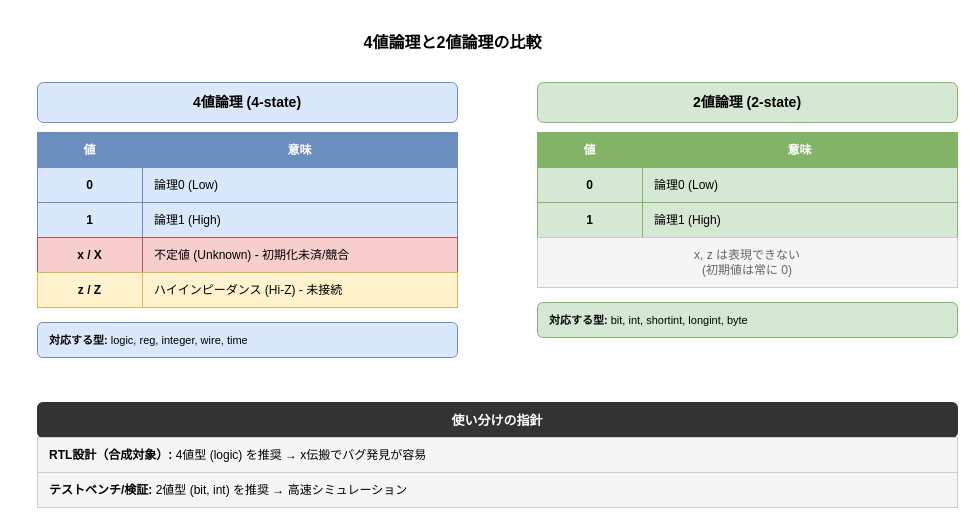
Before: images/systemverilog-guidebook/ch03_4state_vs_2state.drawio in aquaxis/webdoc, a draw.io diagram. Source tidied: cells renumbered, new cells numbered last; positions are measured from the earlier drawing's top-left corner, leaving out a move shared by most shapes. Both pictures are drawn from the tidied source at 100%, with x=0, y=0 at pixel (37, 22).
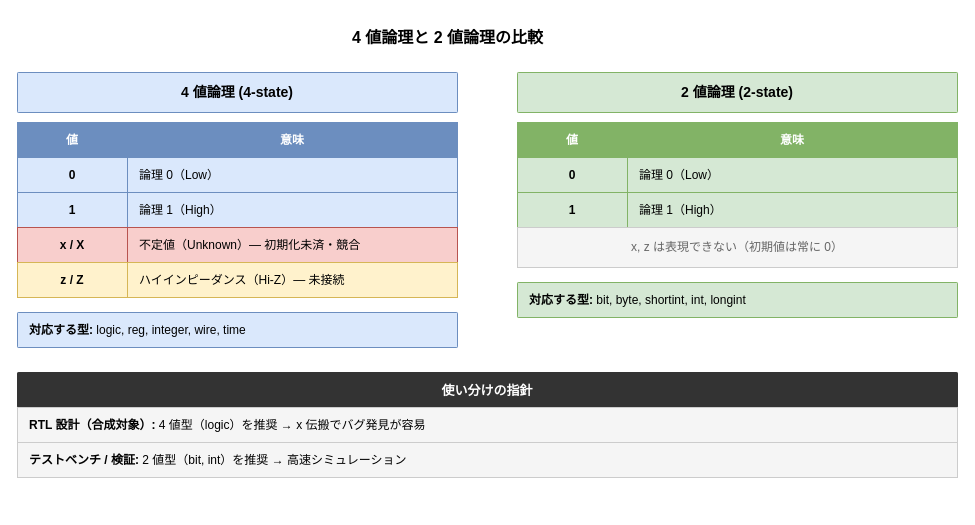
The same diagram, later.

The edit, as a diff of the source:
```diff
@@
-    <mxCell id="2" value="&lt;b&gt;4値論理と2値論理の比較&lt;/b&gt;" style="text;html=1;align=center;verticalAlign=middle;strokeColor=none;fillColor=none;fontSize=16;" parent="1" vertex="1">
-      <mxGeometry x="290" width="250" height="40" as="geometry" />
+    <mxCell id="2" value="&lt;b&gt;4 値論理と 2 値論理の比較&lt;/b&gt;" style="text;html=1;align=center;verticalAlign=middle;strokeColor=none;fillColor=none;fontSize=16;" parent="1" vertex="1">
+      <mxGeometry x="270" y="-5" width="280" height="40" as="geometry" />
     </mxCell>
-    <mxCell id="3" value="&lt;b&gt;4値論理 (4-state)&lt;/b&gt;" style="rounded=1;whiteSpace=wrap;html=1;fillColor=#dae8fc;strokeColor=#6c8ebf;fontSize=14;" parent="1" vertex="1">
-      <mxGeometry y="60" width="420" height="40" as="geometry" />
+    <mxCell id="3" value="&lt;b&gt;4 値論理 (4-state)&lt;/b&gt;" style="rounded=1;arcSize=2;whiteSpace=wrap;html=1;fillColor=#dae8fc;strokeColor=#6c8ebf;fontSize=14;" parent="1" vertex="1">
+      <mxGeometry x="-20" y="50" width="440" height="40" as="geometry" />
     </mxCell>
     <mxCell id="4" value="&lt;b&gt;値&lt;/b&gt;" style="rounded=0;whiteSpace=wrap;html=1;fillColor=#6c8ebf;strokeColor=#6c8ebf;fontColor=#ffffff;fontSize=12;" parent="1" vertex="1">
-      <mxGeometry y="110" width="105" height="35" as="geometry" />
+      <mxGeometry x="-20" y="100" width="110" height="35" as="geometry" />
     </mxCell>
     <mxCell id="5" value="&lt;b&gt;意味&lt;/b&gt;" style="rounded=0;whiteSpace=wrap;html=1;fillColor=#6c8ebf;strokeColor=#6c8ebf;fontColor=#ffffff;fontSize=12;" parent="1" vertex="1">
-      <mxGeometry x="105" y="110" width="315" height="35" as="geometry" />
+      <mxGeometry x="90" y="100" width="330" height="35" as="geometry" />
     </mxCell>
     <mxCell id="6" value="&lt;b&gt;0&lt;/b&gt;" style="rounded=0;whiteSpace=wrap;html=1;fillColor=#dae8fc;strokeColor=#6c8ebf;fontSize=12;" parent="1" vertex="1">
-      <mxGeometry y="145" width="105" height="35" as="geometry" />
+      <mxGeometry x="-20" y="135" width="110" height="35" as="geometry" />
     </mxCell>
-    <mxCell id="7" value="論理0 (Low)" style="rounded=0;whiteSpace=wrap;html=1;fillColor=#dae8fc;strokeColor=#6c8ebf;fontSize=12;align=left;spacingLeft=10;" parent="1" vertex="1">
-      <mxGeometry x="105" y="145" width="315" height="35" as="geometry" />
+    <mxCell id="7" value="論理 0（Low）" style="rounded=0;whiteSpace=wrap;html=1;fillColor=#dae8fc;strokeColor=#6c8ebf;fontSize=12;align=left;spacingLeft=10;" parent="1" vertex="1">
+      <mxGeometry x="90" y="135" width="330" height="35" as="geometry" />
     </mxCell>
     <mxCell id="8" value="&lt;b&gt;1&lt;/b&gt;" style="rounded=0;whiteSpace=wrap;html=1;fillColor=#dae8fc;strokeColor=#6c8ebf;fontSize=12;" parent="1" vertex="1">
-      <mxGeometry y="180" width="105" height="35" as="geometry" />
+      <mxGeometry x="-20" y="170" width="110" height="35" as="geometry" />
     </mxCell>
-    <mxCell id="9" value="論理1 (High)" style="rounded=0;whiteSpace=wrap;html=1;fillColor=#dae8fc;strokeColor=#6c8ebf;fontSize=12;align=left;spacingLeft=10;" parent="1" vertex="1">
-      <mxGeometry x="105" y="180" width="315" height="35" as="geometry" />
+    <mxCell id="9" value="論理 1（High）" style="rounded=0;whiteSpace=wrap;html=1;fillColor=#dae8fc;strokeColor=#6c8ebf;fontSize=12;align=left;spacingLeft=10;" parent="1" vertex="1">
+      <mxGeometry x="90" y="170" width="330" height="35" as="geometry" />
     </mxCell>
     <mxCell id="10" value="&lt;b&gt;x / X&lt;/b&gt;" style="rounded=0;whiteSpace=wrap;html=1;fillColor=#f8cecc;strokeColor=#b85450;fontSize=12;" parent="1" vertex="1">
-      <mxGeometry y="215" width="105" height="35" as="geometry" />
+      <mxGeometry x="-20" y="205" width="110" height="35" as="geometry" />
     </mxCell>
-    <mxCell id="11" value="不定値 (Unknown) - 初期化未済/競合" style="rounded=0;whiteSpace=wrap;html=1;fillColor=#f8cecc;strokeColor=#b85450;fontSize=12;align=left;spacingLeft=10;" parent="1" vertex="1">
-      <mxGeometry x="105" y="215" width="315" height="35" as="geometry" />
+    <mxCell id="11" value="不定値（Unknown）— 初期化未済・競合" style="rounded=0;whiteSpace=wrap;html=1;fillColor=#f8cecc;strokeColor=#b85450;fontSize=12;align=left;spacingLeft=10;" parent="1" vertex="1">
+      <mxGeometry x="90" y="205" width="330" height="35" as="geometry" />
     </mxCell>
     <mxCell id="12" value="&lt;b&gt;z / Z&lt;/b&gt;" style="rounded=0;whiteSpace=wrap;html=1;fillColor=#fff2cc;strokeColor=#d6b656;fontSize=12;" parent="1" vertex="1">
-      <mxGeometry y="250" width="105" height="35" as="geometry" />
+      <mxGeometry x="-20" y="240" width="110" height="35" as="geometry" />
     </mxCell>
-    <mxCell id="13" value="ハイインピーダンス (Hi-Z) - 未接続" style="rounded=0;whiteSpace=wrap;html=1;fillColor=#fff2cc;strokeColor=#d6b656;fontSize=12;align=left;spacingLeft=10;" parent="1" vertex="1">
-      <mxGeometry x="105" y="250" width="315" height="35" as="geometry" />
+    <mxCell id="13" value="ハイインピーダンス（Hi-Z）— 未接続" style="rounded=0;whiteSpace=wrap;html=1;fillColor=#fff2cc;strokeColor=#d6b656;fontSize=12;align=left;spacingLeft=10;" parent="1" vertex="1">
+      <mxGeometry x="90" y="240" width="330" height="35" as="geometry" />
     </mxCell>
-    <mxCell id="14" value="&lt;b&gt;対応する型:&lt;/b&gt; logic, reg, integer, wire, time" style="rounded=1;whiteSpace=wrap;html=1;fillColor=#dae8fc;strokeColor=#6c8ebf;fontSize=11;align=left;spacingLeft=10;" parent="1" vertex="1">
-      <mxGeometry y="300" width="420" height="35" as="geometry" />
+    <mxCell id="14" value="&lt;b&gt;対応する型:&lt;/b&gt; logic, reg, integer, wire, time" style="rounded=1;arcSize=2;whiteSpace=wrap;html=1;fillColor=#dae8fc;strokeColor=#6c8ebf;fontSize=12;align=left;spacingLeft=10;" parent="1" vertex="1">
+      <mxGeometry x="-20" y="290" width="440" height="35" as="geometry" />
     </mxCell>
-    <mxCell id="15" value="&lt;b&gt;2値論理 (2-state)&lt;/b&gt;" style="rounded=1;whiteSpace=wrap;html=1;fillColor=#d5e8d4;strokeColor=#82b366;fontSize=14;" parent="1" vertex="1">
-      <mxGeometry x="500" y="60" width="420" height="40" as="geometry" />
+    <mxCell id="15" value="&lt;b&gt;2 値論理 (2-state)&lt;/b&gt;" style="rounded=1;arcSize=2;whiteSpace=wrap;html=1;fillColor=#d5e8d4;strokeColor=#82b366;fontSize=14;" parent="1" vertex="1">
+      <mxGeometry x="480" y="50" width="440" height="40" as="geometry" />
     </mxCell>
     <mxCell id="16" value="&lt;b&gt;値&lt;/b&gt;" style="rounded=0;whiteSpace=wrap;html=1;fillColor=#82b366;strokeColor=#82b366;fontColor=#ffffff;fontSize=12;" parent="1" vertex="1">
-      <mxGeometry x="500" y="110" width="105" height="35" as="geometry" />
+      <mxGeometry x="480" y="100" width="110" height="35" as="geometry" />
     </mxCell>
     <mxCell id="17" value="&lt;b&gt;意味&lt;/b&gt;" style="rounded=0;whiteSpace=wrap;html=1;fillColor=#82b366;strokeColor=#82b366;fontColor=#ffffff;fontSize=12;" parent="1" vertex="1">
-      <mxGeometry x="605" y="110" width="315" height="35" as="geometry" />
+      <mxGeometry x="590" y="100" width="330" height="35" as="geometry" />
     </mxCell>
     <mxCell id="18" value="&lt;b&gt;0&lt;/b&gt;" style="rounded=0;whiteSpace=wrap;html=1;fillColor=#d5e8d4;strokeColor=#82b366;fontSize=12;" parent="1" vertex="1">
-      <mxGeometry x="500" y="145" width="105" height="35" as="geometry" />
+      <mxGeometry x="480" y="135" width="110" height="35" as="geometry" />
     </mxCell>
-    <mxCell id="19" value="論理0 (Low)" style="rounded=0;whiteSpace=wrap;html=1;fillColor=#d5e8d4;strokeColor=#82b366;fontSize=12;align=left;spacingLeft=10;" parent="1" vertex="1">
-      <mxGeometry x="605" y="145" width="315" height="35" as="geometry" />
+    <mxCell id="19" value="論理 0（Low）" style="rounded=0;whiteSpace=wrap;html=1;fillColor=#d5e8d4;strokeColor=#82b366;fontSize=12;align=left;spacingLeft=10;" parent="1" vertex="1">
+      <mxGeometry x="590" y="135" width="330" height="35" as="geometry" />
     </mxCell>
     <mxCell id="20" value="&lt;b&gt;1&lt;/b&gt;" style="rounded=0;whiteSpace=wrap;html=1;fillColor=#d5e8d4;strokeColor=#82b366;fontSize=12;" parent="1" vertex="1">
-      <mxGeometry x="500" y="180" width="105" height="35" as="geometry" />
+      <mxGeometry x="480" y="170" width="110" height="35" as="geometry" />
     </mxCell>
-    <mxCell id="21" value="論理1 (High)" style="rounded=0;whiteSpace=wrap;html=1;fillColor=#d5e8d4;strokeColor=#82b366;fontSize=12;align=left;spacingLeft=10;" parent="1" vertex="1">
-      <mxGeometry x="605" y="180" width="315" height="35" as="geometry" />
+    <mxCell id="21" value="論理 1（High）" style="rounded=0;whiteSpace=wrap;html=1;fillColor=#d5e8d4;strokeColor=#82b366;fontSize=12;align=left;spacingLeft=10;" parent="1" vertex="1">
+      <mxGeometry x="590" y="170" width="330" height="35" as="geometry" />
     </mxCell>
-    <mxCell id="22" value="&lt;font color=&quot;#666666&quot;&gt;x, z は表現できない&lt;br&gt;(初期値は常に 0)&lt;/font&gt;" style="rounded=0;whiteSpace=wrap;html=1;fillColor=#f5f5f5;strokeColor=#CCCCCC;fontSize=12;" parent="1" vertex="1">
-      <mxGeometry x="500" y="215" width="420" height="50" as="geometry" />
+    <mxCell id="22" value="x, z は表現できない（初期値は常に 0）" style="rounded=0;whiteSpace=wrap;html=1;fillColor=#f5f5f5;strokeColor=#CCCCCC;fontSize=12;fontColor=#666666;" parent="1" vertex="1">
+      <mxGeometry x="480" y="205" width="440" height="40" as="geometry" />
     </mxCell>
-    <mxCell id="23" value="&lt;b&gt;対応する型:&lt;/b&gt; bit, int, shortint, longint, byte" style="rounded=1;whiteSpace=wrap;html=1;fillColor=#d5e8d4;strokeColor=#82b366;fontSize=11;align=left;spacingLeft=10;" parent="1" vertex="1">
-      <mxGeometry x="500" y="280" width="420" height="35" as="geometry" />
+    <mxCell id="23" value="&lt;b&gt;対応する型:&lt;/b&gt; bit, byte, shortint, int, longint" style="rounded=1;arcSize=2;whiteSpace=wrap;html=1;fillColor=#d5e8d4;strokeColor=#82b366;fontSize=12;align=left;spacingLeft=10;" parent="1" vertex="1">
+      <mxGeometry x="480" y="260" width="440" height="35" as="geometry" />
     </mxCell>
-    <mxCell id="24" value="&lt;b&gt;使い分けの指針&lt;/b&gt;" style="rounded=1;whiteSpace=wrap;html=1;fillColor=#333333;strokeColor=#333333;fontColor=#ffffff;fontSize=13;" parent="1" vertex="1">
-      <mxGeometry y="380" width="920" height="35" as="geometry" />
+    <mxCell id="24" value="&lt;b&gt;使い分けの指針&lt;/b&gt;" style="rounded=1;arcSize=2;whiteSpace=wrap;html=1;fillColor=#333333;strokeColor=#333333;fontColor=#ffffff;fontSize=13;" parent="1" vertex="1">
+      <mxGeometry x="-20" y="350" width="940" height="35" as="geometry" />
     </mxCell>
-    <mxCell id="25" value="&lt;b&gt;RTL設計（合成対象）:&lt;/b&gt; 4値型 (logic) を推奨 → x伝搬でバグ発見が容易" style="rounded=0;whiteSpace=wrap;html=1;fillColor=#f5f5f5;strokeColor=#CCCCCC;fontSize=12;align=left;spacingLeft=10;" parent="1" vertex="1">
-      <mxGeometry y="415" width="920" height="35" as="geometry" />
+    <mxCell id="25" value="&lt;b&gt;RTL 設計（合成対象）:&lt;/b&gt; 4 値型（logic）を推奨 → x 伝搬でバグ発見が容易" style="rounded=0;whiteSpace=wrap;html=1;fillColor=#f5f5f5;strokeColor=#CCCCCC;fontSize=12;align=left;spacingLeft=10;" parent="1" vertex="1">
+      <mxGeometry x="-20" y="385" width="940" height="35" as="geometry" />
     </mxCell>
-    <mxCell id="26" value="&lt;b&gt;テストベンチ/検証:&lt;/b&gt; 2値型 (bit, int) を推奨 → 高速シミュレーション" style="rounded=0;whiteSpace=wrap;html=1;fillColor=#f5f5f5;strokeColor=#CCCCCC;fontSize=12;align=left;spacingLeft=10;" parent="1" vertex="1">
-      <mxGeometry y="450" width="920" height="35" as="geometry" />
+    <mxCell id="26" value="&lt;b&gt;テストベンチ / 検証:&lt;/b&gt; 2 値型（bit, int）を推奨 → 高速シミュレーション" style="rounded=0;whiteSpace=wrap;html=1;fillColor=#f5f5f5;strokeColor=#CCCCCC;fontSize=12;align=left;spacingLeft=10;" parent="1" vertex="1">
+      <mxGeometry x="-20" y="420" width="940" height="35" as="geometry" />
     </mxCell>
```
